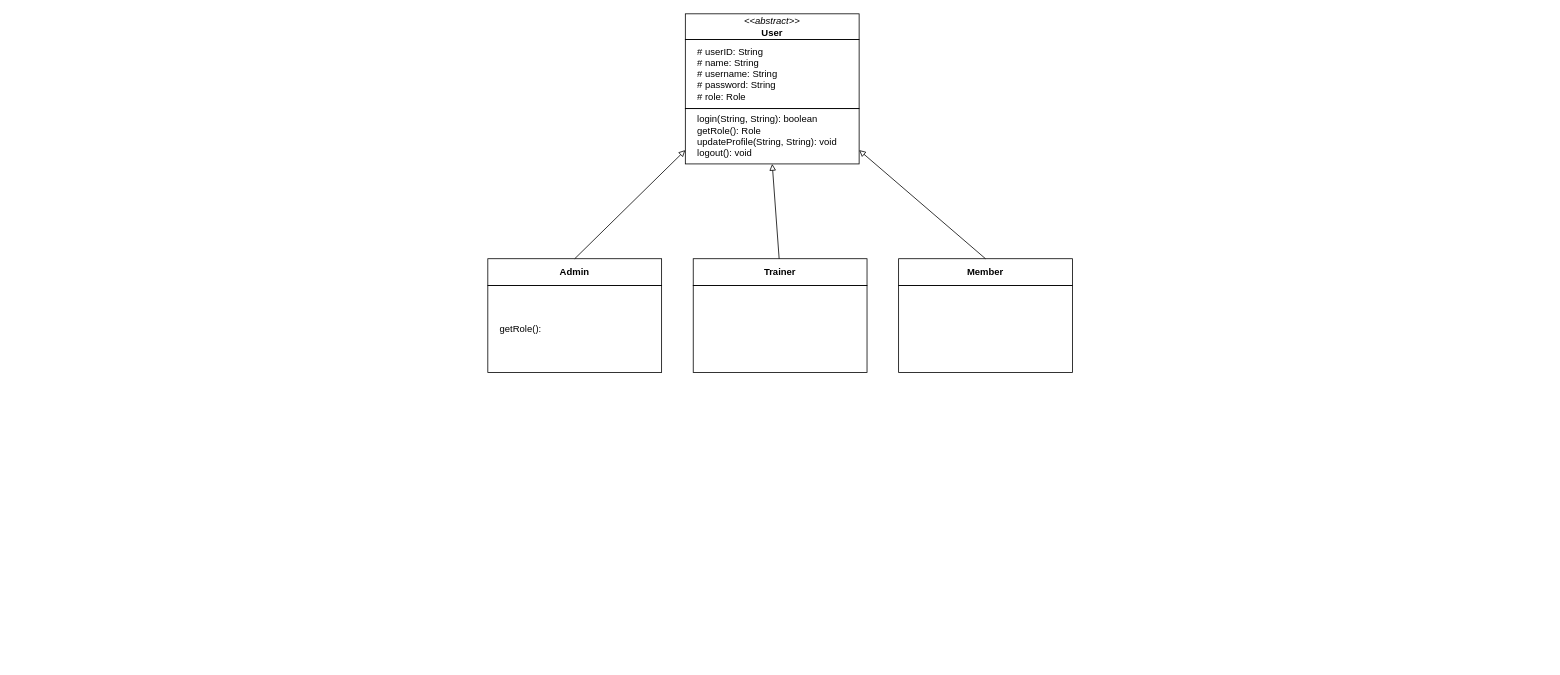
Before: Class Diagram.drawio in XuanAnh1312/GMS_PROJECT_JAVA, a draw.io diagram. Source tidied: cells renumbered, new cells numbered last; positions are measured from the earlier drawing's top-left corner, leaving out a move shared by most shapes. Both pictures are drawn from the tidied source at 79%, with x=0, y=0 at pixel (487, 13).
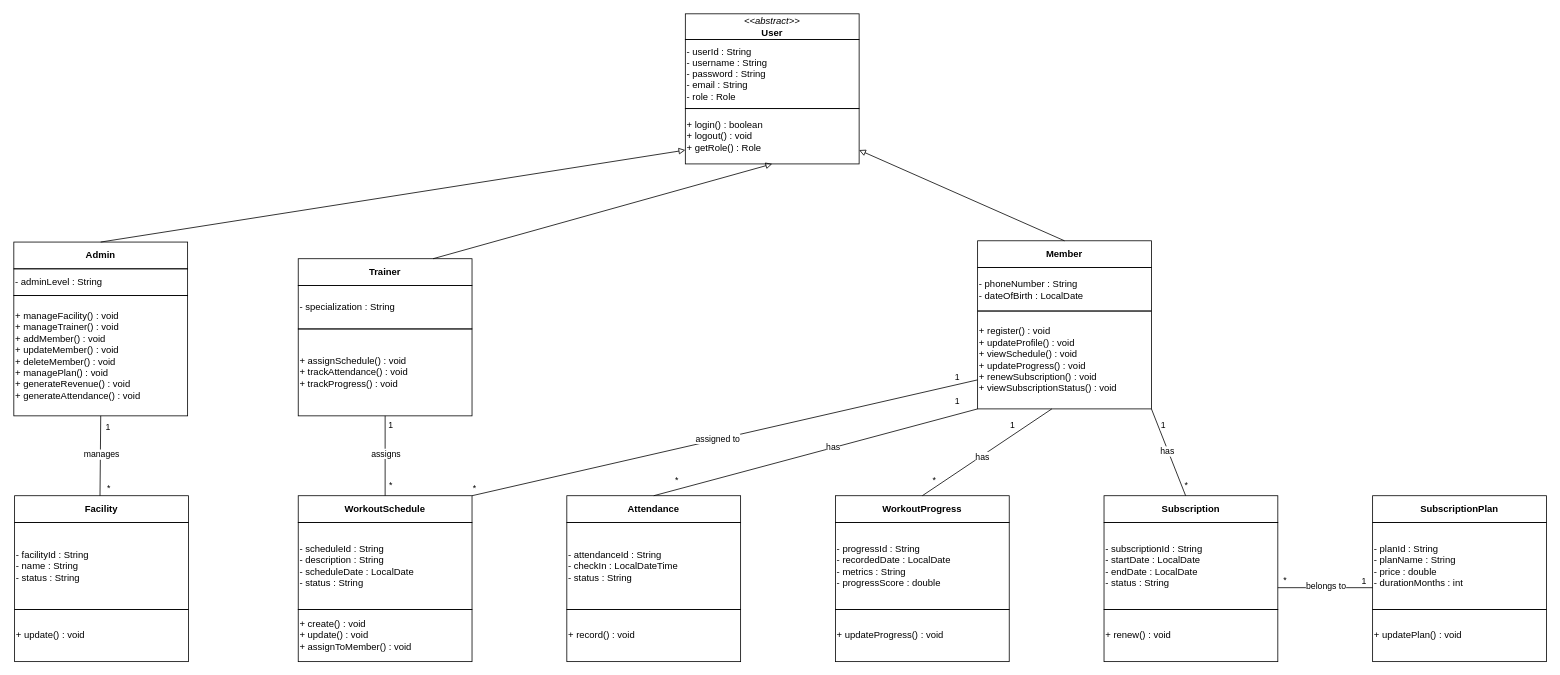
The same page after the edit.

Unchanged cells that the change refers to:
```xml
<mxCell id="14" style="group;" parent="1" vertex="1">
  <mxGeometry x="250" width="220" height="190" as="geometry" />
</mxCell>
```

Change to the diagram source:
```diff
@@
-    <mxCell id="2" style="group;" parent="1" vertex="1">
-      <mxGeometry y="310" width="220" height="143.9" as="geometry" />
-    </mxCell>
-    <mxCell id="3" value="&amp;nbsp; &amp;nbsp; getRole():&amp;nbsp;" style="rounded=0;whiteSpace=wrap;html=1;fillColor=none;align=left;" parent="2" vertex="1">
-      <mxGeometry y="33.9" width="220" height="110" as="geometry" />
-    </mxCell>
-    <mxCell id="4" value="&lt;b&gt;Admin&lt;/b&gt;" style="rounded=0;whiteSpace=wrap;html=1;fillColor=none;" parent="2" vertex="1">
-      <mxGeometry width="220" height="33.9" as="geometry" />
-    </mxCell>
-    <mxCell id="5" style="group;" parent="1" vertex="1">
-      <mxGeometry x="260" y="310" width="220" height="143.9" as="geometry" />
-    </mxCell>
-    <mxCell id="6" value="&lt;b&gt;Trainer&lt;/b&gt;" style="rounded=0;whiteSpace=wrap;html=1;fillColor=none;" parent="5" vertex="1">
-      <mxGeometry width="220" height="33.9" as="geometry" />
-    </mxCell>
-    <mxCell id="7" style="rounded=0;whiteSpace=wrap;html=1;fillColor=none;align=left;" parent="5" vertex="1">
-      <mxGeometry y="33.9" width="220" height="110" as="geometry" />
-    </mxCell>
-    <mxCell id="8" style="group;" parent="1" vertex="1">
-      <mxGeometry x="520" y="310" width="220" height="143.9" as="geometry" />
-    </mxCell>
-    <mxCell id="9" value="&lt;b&gt;Member&lt;/b&gt;" style="rounded=0;whiteSpace=wrap;html=1;fillColor=none;" parent="8" vertex="1">
-      <mxGeometry width="220" height="33.9" as="geometry" />
-    </mxCell>
-    <mxCell id="10" style="rounded=0;whiteSpace=wrap;html=1;fillColor=none;align=left;" parent="8" vertex="1">
-      <mxGeometry y="33.9" width="220" height="110" as="geometry" />
-    </mxCell>
@@
-    <mxCell id="15" value="&amp;nbsp; &amp;nbsp; # userID: String&amp;nbsp;&lt;br&gt;&lt;div&gt;&lt;span style=&quot;background-color: transparent; color: light-dark(rgb(0, 0, 0), rgb(255, 255, 255));&quot;&gt;&amp;nbsp; &amp;nbsp;&lt;/span&gt;&lt;span style=&quot;background-color: transparent; color: light-dark(rgb(0, 0, 0), rgb(255, 255, 255));&quot;&gt;&amp;nbsp;#&amp;nbsp;&lt;/span&gt;name: String&amp;nbsp;&lt;/div&gt;&lt;div&gt;&lt;span style=&quot;background-color: transparent; color: light-dark(rgb(0, 0, 0), rgb(255, 255, 255));&quot;&gt;&amp;nbsp; &amp;nbsp;&lt;/span&gt;&lt;span style=&quot;background-color: transparent; color: light-dark(rgb(0, 0, 0), rgb(255, 255, 255));&quot;&gt;&amp;nbsp;#&amp;nbsp;&lt;/span&gt;username: String&amp;nbsp;&lt;/div&gt;&lt;div&gt;&amp;nbsp; &amp;nbsp; # password: String&amp;nbsp;&lt;/div&gt;&lt;div&gt;&lt;span style=&quot;background-color: transparent; color: light-dark(rgb(0, 0, 0), rgb(255, 255, 255));&quot;&gt;&amp;nbsp; &amp;nbsp;&lt;/span&gt;&amp;nbsp;# role: Role&lt;/div&gt;" style="rounded=0;whiteSpace=wrap;html=1;fillColor=none;align=left;" parent="14" vertex="1">
+    <mxCell id="15" value="- userId : String&lt;br&gt;- username : String&lt;br&gt;- password : String&lt;br&gt;- email : String&lt;br&gt;- role : Role" style="rounded=0;whiteSpace=wrap;html=1;fillColor=none;align=left;" parent="14" vertex="1">
       <mxGeometry y="32.6" width="220" height="87.4" as="geometry" />
     </mxCell>
@@
-    <mxCell id="17" value="&amp;nbsp; &amp;nbsp; login(String, String): boolean&lt;div&gt;&amp;nbsp; &amp;nbsp; getRole(): Role&lt;/div&gt;&lt;div&gt;&amp;nbsp; &amp;nbsp; updateProfile(String, String): void&lt;/div&gt;&lt;div&gt;&lt;span style=&quot;background-color: transparent; color: light-dark(rgb(0, 0, 0), rgb(255, 255, 255));&quot;&gt;&amp;nbsp; &amp;nbsp;&lt;/span&gt;&lt;span style=&quot;background-color: transparent; color: light-dark(rgb(0, 0, 0), rgb(255, 255, 255));&quot;&gt;&amp;nbsp;&lt;/span&gt;logout(): void&lt;/div&gt;" style="rounded=0;whiteSpace=wrap;html=1;fillColor=none;align=left;" parent="14" vertex="1">
+    <mxCell id="17" value="+ login() : boolean&lt;br&gt;+ logout() : void&lt;br&gt;+ getRole() : Role" style="rounded=0;whiteSpace=wrap;html=1;fillColor=none;align=left;" parent="14" vertex="1">
       <mxGeometry y="120" width="220" height="70" as="geometry" />
     </mxCell>
+    <mxCell id="18" style="group;" parent="1" vertex="1">
+      <mxGeometry x="-600" y="288.9" width="220" height="220" as="geometry" />
+    </mxCell>
+    <mxCell id="3" value="- adminLevel : String" style="rounded=0;whiteSpace=wrap;html=1;fillColor=none;align=left;" parent="18" vertex="1">
+      <mxGeometry y="33.9" width="220" height="33.9" as="geometry" />
+    </mxCell>
+    <mxCell id="4" value="&lt;b&gt;Admin&lt;/b&gt;" style="rounded=0;whiteSpace=wrap;html=1;fillColor=none;" parent="18" vertex="1">
+      <mxGeometry width="220" height="33.9" as="geometry" />
+    </mxCell>
+    <mxCell id="19" value="&lt;div&gt;+ manageFacility() : void&lt;/div&gt;&lt;div&gt;+ manageTrainer() : void&lt;/div&gt;&lt;div&gt;+ addMember() : void&lt;/div&gt;&lt;div&gt;+ updateMember() : void&lt;/div&gt;&lt;div&gt;+ deleteMember() : void&lt;/div&gt;&lt;div&gt;+ managePlan() : void&lt;/div&gt;&lt;div&gt;+ generateRevenue() : void&lt;/div&gt;&lt;div&gt;+ generateAttendance() : void&lt;/div&gt;" style="rounded=0;whiteSpace=wrap;html=1;fillColor=none;align=left;" parent="18" vertex="1">
+      <mxGeometry y="67.7" width="220" height="152.3" as="geometry" />
+    </mxCell>
+    <mxCell id="20" style="group;" parent="1" vertex="1">
+      <mxGeometry x="-240" y="310" width="220" height="198.9" as="geometry" />
+    </mxCell>
+    <mxCell id="6" value="&lt;b&gt;Trainer&lt;/b&gt;" style="rounded=0;whiteSpace=wrap;html=1;fillColor=none;" parent="20" vertex="1">
+      <mxGeometry width="220" height="33.9" as="geometry" />
+    </mxCell>
+    <mxCell id="7" value="- specialization : String" style="rounded=0;whiteSpace=wrap;html=1;fillColor=none;align=left;" parent="20" vertex="1">
+      <mxGeometry y="33.9" width="220" height="55" as="geometry" />
+    </mxCell>
+    <mxCell id="21" value="+ assignSchedule() : void&lt;br&gt;+ trackAttendance() : void&lt;br&gt;+ trackProgress() : void" style="rounded=0;whiteSpace=wrap;html=1;fillColor=none;align=left;" parent="20" vertex="1">
+      <mxGeometry y="88.9" width="220" height="110" as="geometry" />
+    </mxCell>
+    <mxCell id="22" style="group;" parent="1" vertex="1">
+      <mxGeometry x="620" y="287.3" width="220" height="212.7" as="geometry" />
+    </mxCell>
+    <mxCell id="9" value="&lt;b&gt;Member&lt;/b&gt;" style="rounded=0;whiteSpace=wrap;html=1;fillColor=none;" parent="22" vertex="1">
+      <mxGeometry width="220" height="33.9" as="geometry" />
+    </mxCell>
+    <mxCell id="10" value="- phoneNumber : String&lt;br&gt;- dateOfBirth : LocalDate" style="rounded=0;whiteSpace=wrap;html=1;fillColor=none;align=left;" parent="22" vertex="1">
+      <mxGeometry y="33.9" width="220" height="55" as="geometry" />
+    </mxCell>
+    <mxCell id="23" value="&lt;div&gt;+ register() : void&lt;/div&gt;&lt;div&gt;+ updateProfile() : void&lt;/div&gt;&lt;div&gt;+ viewSchedule() : void&lt;/div&gt;&lt;div&gt;+ updateProgress() : void&lt;/div&gt;&lt;div&gt;+ renewSubscription() : void&lt;/div&gt;&lt;div&gt;+ viewSubscriptionStatus() : void&lt;/div&gt;" style="rounded=0;whiteSpace=wrap;html=1;fillColor=none;align=left;" parent="22" vertex="1">
+      <mxGeometry y="88.9" width="220" height="123.9" as="geometry" />
+    </mxCell>
+    <mxCell id="24" style="group;" parent="1" vertex="1">
+      <mxGeometry x="-599" y="610" width="220" height="210" as="geometry" />
+    </mxCell>
+    <mxCell id="25" value="- facilityId : String&lt;br&gt;- name : String&lt;br&gt;- status : String" style="rounded=0;whiteSpace=wrap;html=1;fillColor=none;align=left;" parent="24" vertex="1">
+      <mxGeometry y="33.9" width="220" height="110" as="geometry" />
+    </mxCell>
+    <mxCell id="26" value="&lt;b&gt;Facility&lt;/b&gt;" style="rounded=0;whiteSpace=wrap;html=1;fillColor=none;" parent="24" vertex="1">
+      <mxGeometry width="220" height="33.9" as="geometry" />
+    </mxCell>
+    <mxCell id="27" value="+ update() : void" style="rounded=0;whiteSpace=wrap;html=1;fillColor=none;align=left;" parent="24" vertex="1">
+      <mxGeometry y="143.9" width="220" height="66.1" as="geometry" />
+    </mxCell>
+    <mxCell id="28" style="group;" parent="1" vertex="1">
+      <mxGeometry x="-240" y="610" width="220" height="210" as="geometry" />
+    </mxCell>
+    <mxCell id="29" value="- scheduleId : String&lt;br&gt;- description : String&lt;br&gt;- scheduleDate : LocalDate&lt;br&gt;- status : String" style="rounded=0;whiteSpace=wrap;html=1;fillColor=none;align=left;" parent="28" vertex="1">
+      <mxGeometry y="33.9" width="220" height="110" as="geometry" />
+    </mxCell>
+    <mxCell id="30" value="&lt;b&gt;WorkoutSchedule&lt;/b&gt;" style="rounded=0;whiteSpace=wrap;html=1;fillColor=none;" parent="28" vertex="1">
+      <mxGeometry width="220" height="33.9" as="geometry" />
+    </mxCell>
+    <mxCell id="31" value="+ create() : void&lt;br&gt;+ update() : void&lt;br&gt;+ assignToMember() : void" style="rounded=0;whiteSpace=wrap;html=1;fillColor=none;align=left;" parent="28" vertex="1">
+      <mxGeometry y="143.9" width="220" height="66.1" as="geometry" />
+    </mxCell>
+    <mxCell id="32" style="group;" parent="1" vertex="1">
+      <mxGeometry x="440" y="610" width="220" height="210" as="geometry" />
+    </mxCell>
+    <mxCell id="33" value="- progressId : String&lt;br&gt;- recordedDate : LocalDate&lt;br&gt;- metrics : String&lt;br&gt;- progressScore : double" style="rounded=0;whiteSpace=wrap;html=1;fillColor=none;align=left;" parent="32" vertex="1">
+      <mxGeometry y="33.9" width="220" height="110" as="geometry" />
+    </mxCell>
+    <mxCell id="34" value="&lt;b&gt;WorkoutProgress&lt;/b&gt;" style="rounded=0;whiteSpace=wrap;html=1;fillColor=none;" parent="32" vertex="1">
+      <mxGeometry width="220" height="33.9" as="geometry" />
+    </mxCell>
+    <mxCell id="35" value="+ updateProgress() : void" style="rounded=0;whiteSpace=wrap;html=1;fillColor=none;align=left;" parent="32" vertex="1">
+      <mxGeometry y="143.9" width="220" height="66.1" as="geometry" />
+    </mxCell>
+    <mxCell id="36" style="group;" parent="1" vertex="1">
+      <mxGeometry x="780" y="610" width="220" height="210" as="geometry" />
+    </mxCell>
+    <mxCell id="37" value="- subscriptionId : String&lt;br&gt;- startDate : LocalDate&lt;br&gt;- endDate : LocalDate&lt;br&gt;- status : String" style="rounded=0;whiteSpace=wrap;html=1;fillColor=none;align=left;" parent="36" vertex="1">
+      <mxGeometry y="33.9" width="220" height="110" as="geometry" />
+    </mxCell>
+    <mxCell id="38" value="&lt;b&gt;Subscription&lt;/b&gt;" style="rounded=0;whiteSpace=wrap;html=1;fillColor=none;" parent="36" vertex="1">
+      <mxGeometry width="220" height="33.9" as="geometry" />
+    </mxCell>
+    <mxCell id="39" value="+ renew() : void" style="rounded=0;whiteSpace=wrap;html=1;fillColor=none;align=left;" parent="36" vertex="1">
+      <mxGeometry y="143.9" width="220" height="66.1" as="geometry" />
+    </mxCell>
+    <mxCell id="40" style="group;" parent="1" vertex="1">
+      <mxGeometry x="1120" y="610" width="220" height="210" as="geometry" />
+    </mxCell>
+    <mxCell id="41" value="- planId : String&lt;br&gt;- planName : String&lt;br&gt;- price : double&lt;br&gt;- durationMonths : int" style="rounded=0;whiteSpace=wrap;html=1;fillColor=none;align=left;" parent="40" vertex="1">
+      <mxGeometry y="33.9" width="220" height="110" as="geometry" />
+    </mxCell>
+    <mxCell id="42" value="&lt;b&gt;SubscriptionPlan&lt;/b&gt;" style="rounded=0;whiteSpace=wrap;html=1;fillColor=none;" parent="40" vertex="1">
+      <mxGeometry width="220" height="33.9" as="geometry" />
+    </mxCell>
+    <mxCell id="43" value="+ updatePlan() : void" style="rounded=0;whiteSpace=wrap;html=1;fillColor=none;align=left;" parent="40" vertex="1">
+      <mxGeometry y="143.9" width="220" height="66.1" as="geometry" />
+    </mxCell>
+    <mxCell id="44" style="group;" parent="1" vertex="1">
+      <mxGeometry x="100" y="610" width="220" height="210" as="geometry" />
+    </mxCell>
+    <mxCell id="45" value="- attendanceId : String&lt;br&gt;- checkIn : LocalDateTime&lt;br&gt;- status : String" style="rounded=0;whiteSpace=wrap;html=1;fillColor=none;align=left;" parent="44" vertex="1">
+      <mxGeometry y="33.9" width="220" height="110" as="geometry" />
+    </mxCell>
+    <mxCell id="46" value="&lt;b&gt;Attendance&lt;/b&gt;" style="rounded=0;whiteSpace=wrap;html=1;fillColor=none;" parent="44" vertex="1">
+      <mxGeometry width="220" height="33.9" as="geometry" />
+    </mxCell>
+    <mxCell id="47" value="+ record() : void" style="rounded=0;whiteSpace=wrap;html=1;fillColor=none;align=left;" parent="44" vertex="1">
+      <mxGeometry y="143.9" width="220" height="66.1" as="geometry" />
+    </mxCell>
+    <mxCell id="48" style="endArrow=none;html=1;rounded=0;entryX=0.5;entryY=1;entryDx=0;entryDy=0;" parent="1" edge="1">
+      <mxGeometry relative="1" as="geometry">
+        <mxPoint x="-490.9" y="610" as="sourcePoint" />
+        <mxPoint x="-490" y="508.9" as="targetPoint" />
+      </mxGeometry>
+    </mxCell>
+    <mxCell id="49" value="manages" style="edgeLabel;html=1;align=center;verticalAlign=middle;" parent="48" vertex="1">
+      <mxGeometry x="0.04" y="-1" relative="1" as="geometry" />
+    </mxCell>
+    <mxCell id="50" value="1" style="edgeLabel;html=1;align=center;verticalAlign=middle;" parent="48" vertex="1">
+      <mxGeometry x="0.74" relative="1" as="geometry">
+        <mxPoint x="9" as="offset" />
+      </mxGeometry>
+    </mxCell>
+    <mxCell id="51" value="*" style="edgeLabel;html=1;align=center;verticalAlign=middle;" parent="48" vertex="1">
+      <mxGeometry x="-0.7" y="-2" relative="1" as="geometry">
+        <mxPoint x="8" y="5" as="offset" />
+      </mxGeometry>
+    </mxCell>
+    <mxCell id="52" style="endArrow=none;html=1;rounded=0;entryX=0.5;entryY=1;entryDx=0;entryDy=0;" parent="1" edge="1" source="30" target="21">
+      <mxGeometry relative="1" as="geometry" />
+    </mxCell>
+    <mxCell id="53" value="1" style="edgeLabel;html=1;align=center;verticalAlign=middle;" parent="52" vertex="1">
+      <mxGeometry x="0.78" y="-1" relative="1" as="geometry">
+        <mxPoint x="5" as="offset" />
+      </mxGeometry>
+    </mxCell>
+    <mxCell id="54" value="*" style="edgeLabel;html=1;align=center;verticalAlign=middle;" parent="52" vertex="1">
+      <mxGeometry x="-0.73" y="1" relative="1" as="geometry">
+        <mxPoint x="7" as="offset" />
+      </mxGeometry>
+    </mxCell>
+    <mxCell id="55" value="assigns" style="edgeLabel;html=1;align=center;verticalAlign=middle;" parent="52" vertex="1">
+      <mxGeometry x="0.07" relative="1" as="geometry" />
+    </mxCell>
+    <mxCell id="56" style="endArrow=none;html=1;rounded=0;entryX=1;entryY=0;entryDx=0;entryDy=0;" parent="1" edge="1" source="23" target="30">
+      <mxGeometry relative="1" as="geometry" />
+    </mxCell>
+    <mxCell id="57" value="assigned to" style="edgeLabel;html=1;align=center;verticalAlign=middle;" parent="56" vertex="1">
+      <mxGeometry x="0.03" y="-1" relative="1" as="geometry" />
+    </mxCell>
+    <mxCell id="58" value="*" style="edgeLabel;html=1;align=center;verticalAlign=middle;" parent="56" vertex="1">
+      <mxGeometry x="0.98" y="-1" relative="1" as="geometry">
+        <mxPoint x="-4" y="-7" as="offset" />
+      </mxGeometry>
+    </mxCell>
+    <mxCell id="59" value="1" style="edgeLabel;html=1;align=center;verticalAlign=middle;" parent="56" vertex="1">
+      <mxGeometry x="-0.95" y="1" relative="1" as="geometry">
+        <mxPoint x="-11" y="-8" as="offset" />
+      </mxGeometry>
+    </mxCell>
+    <mxCell id="60" style="endArrow=none;html=1;rounded=0;entryX=0.5;entryY=0;entryDx=0;entryDy=0;exitX=0;exitY=1;exitDx=0;exitDy=0;" parent="1" edge="1" source="23" target="46">
+      <mxGeometry relative="1" as="geometry" />
+    </mxCell>
+    <mxCell id="61" value="1" style="edgeLabel;html=1;align=center;verticalAlign=middle;" parent="60" vertex="1">
+      <mxGeometry x="-0.9" relative="1" as="geometry">
+        <mxPoint x="-6" y="-15" as="offset" />
+      </mxGeometry>
+    </mxCell>
+    <mxCell id="62" value="*" style="edgeLabel;html=1;align=center;verticalAlign=middle;" parent="60" vertex="1">
+      <mxGeometry x="0.86" relative="1" as="geometry">
+        <mxPoint y="-12" as="offset" />
+      </mxGeometry>
+    </mxCell>
+    <mxCell id="63" value="has" style="edgeLabel;html=1;align=center;verticalAlign=middle;" parent="60" vertex="1">
+      <mxGeometry x="-0.11" y="-2" relative="1" as="geometry" />
+    </mxCell>
+    <mxCell id="64" style="endArrow=none;html=1;rounded=0;entryX=0.5;entryY=0;entryDx=0;entryDy=0;exitX=0.427;exitY=1;exitDx=0;exitDy=0;exitPerimeter=0;" parent="1" edge="1" source="23" target="34">
+      <mxGeometry relative="1" as="geometry" />
+    </mxCell>
+    <mxCell id="65" value="1" style="edgeLabel;html=1;align=center;verticalAlign=middle;" parent="64" vertex="1">
+      <mxGeometry x="-0.63" y="2" relative="1" as="geometry">
+        <mxPoint x="-21" y="-2" as="offset" />
+      </mxGeometry>
+    </mxCell>
+    <mxCell id="66" value="*" style="edgeLabel;html=1;align=center;verticalAlign=middle;" parent="64" vertex="1">
+      <mxGeometry x="0.83" y="1" relative="1" as="geometry">
+        <mxPoint y="-11" as="offset" />
+      </mxGeometry>
+    </mxCell>
+    <mxCell id="67" value="has" style="edgeLabel;html=1;align=center;verticalAlign=middle;" parent="64" vertex="1">
+      <mxGeometry x="0.08" y="1" relative="1" as="geometry" />
+    </mxCell>
+    <mxCell id="68" style="endArrow=none;html=1;rounded=0;exitX=1;exitY=1;exitDx=0;exitDy=0;" parent="1" edge="1" source="23" target="38">
+      <mxGeometry relative="1" as="geometry" />
+    </mxCell>
+    <mxCell id="69" value="1" style="edgeLabel;html=1;align=center;verticalAlign=middle;" parent="68" vertex="1">
+      <mxGeometry x="-0.62" y="-1" relative="1" as="geometry">
+        <mxPoint x="7" as="offset" />
+      </mxGeometry>
+    </mxCell>
+    <mxCell id="70" value="*" style="edgeLabel;html=1;align=center;verticalAlign=middle;" parent="68" vertex="1">
+      <mxGeometry x="0.74" y="-1" relative="1" as="geometry">
+        <mxPoint x="7" as="offset" />
+      </mxGeometry>
+    </mxCell>
+    <mxCell id="71" value="has" style="edgeLabel;html=1;align=center;verticalAlign=middle;" parent="68" vertex="1">
+      <mxGeometry x="-0.03" y="-2" relative="1" as="geometry" />
+    </mxCell>
+    <mxCell id="72" style="endArrow=none;html=1;rounded=0;exitX=1;exitY=0.75;exitDx=0;exitDy=0;entryX=0;entryY=0.75;entryDx=0;entryDy=0;" parent="1" edge="1" source="37" target="41">
+      <mxGeometry relative="1" as="geometry" />
+    </mxCell>
+    <mxCell id="73" value="belongs to" style="edgeLabel;html=1;align=center;verticalAlign=middle;" parent="72" vertex="1">
+      <mxGeometry x="-0.22" y="2" relative="1" as="geometry">
+        <mxPoint x="13" as="offset" />
+      </mxGeometry>
+    </mxCell>
+    <mxCell id="74" value="*" style="edgeLabel;html=1;align=center;verticalAlign=middle;" parent="72" vertex="1">
+      <mxGeometry x="-0.76" relative="1" as="geometry">
+        <mxPoint x="-6" y="-10" as="offset" />
+      </mxGeometry>
+    </mxCell>
+    <mxCell id="75" value="1" style="edgeLabel;html=1;align=center;verticalAlign=middle;" parent="72" vertex="1">
+      <mxGeometry x="0.87" y="1" relative="1" as="geometry">
+        <mxPoint x="-4" y="-8" as="offset" />
+      </mxGeometry>
+    </mxCell>
```
